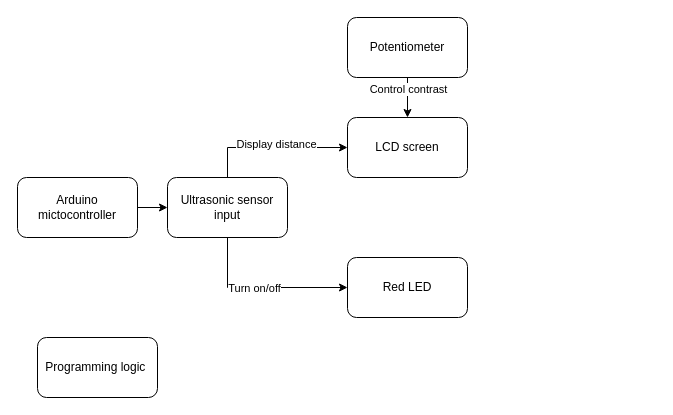
Above: distanceBlock.drawio in Squing0/Calculator (draw.io), before the change. Source tidied: cells renumbered, new cells numbered last; positions are measured from the earlier drawing's top-left corner, leaving out a move shared by most shapes. Both pictures are drawn from the tidied source at 100%, with x=0, y=0 at pixel (17, 17).
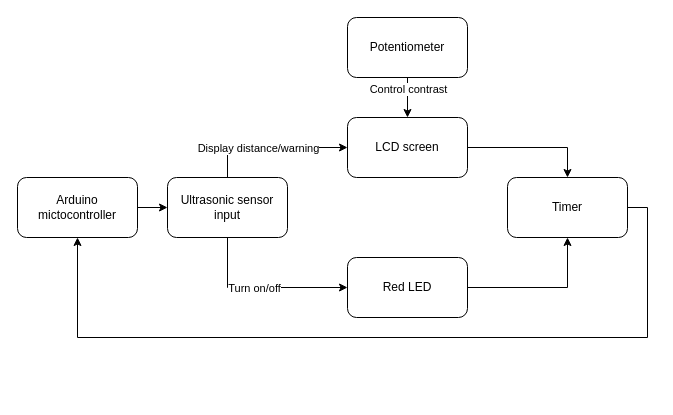
Above is the later version.

Unchanged cells that the change refers to:
```xml
<mxCell id="3" value="Arduino mictocontroller" style="rounded=1;whiteSpace=wrap;html=1;" parent="1" vertex="1">
  <mxGeometry y="160" width="120" height="60" as="geometry" />
</mxCell>
<mxCell id="5" value="LCD screen" style="rounded=1;whiteSpace=wrap;html=1;" parent="1" vertex="1">
  <mxGeometry x="330" y="100" width="120" height="60" as="geometry" />
</mxCell>
<mxCell id="6" style="edgeStyle=orthogonalEdgeStyle;rounded=0;jettySize=auto;html=1;exitX=0.5;exitY=0;exitDx=0;exitDy=0;entryX=0;entryY=0.5;entryDx=0;entryDy=0;" parent="1" edge="1" source="10" target="5">
  <mxGeometry relative="1" as="geometry" />
</mxCell>
<mxCell id="14" value="Red LED" style="rounded=1;whiteSpace=wrap;html=1;" parent="1" vertex="1">
  <mxGeometry x="330" y="240" width="120" height="60" as="geometry" />
</mxCell>
```

Diff of the diagram source:
```diff
@@
-    <mxCell id="4" value="Programming logic&amp;nbsp;" style="rounded=1;whiteSpace=wrap;html=1;" parent="1" vertex="1">
-      <mxGeometry x="20" y="320" width="120" height="60" as="geometry" />
-    </mxCell>
+    <mxCell id="15" style="edgeStyle=orthogonalEdgeStyle;rounded=0;jettySize=auto;html=1;exitX=1;exitY=0.5;exitDx=0;exitDy=0;entryX=0.5;entryY=0;entryDx=0;entryDy=0;" parent="1" edge="1" source="5" target="18">
+      <mxGeometry relative="1" as="geometry" />
+    </mxCell>
@@
-    <mxCell id="7" value="Display distance" style="edgeLabel;html=1;align=center;verticalAlign=middle;" parent="6" vertex="1">
-      <mxGeometry x="0.04" y="4" relative="1" as="geometry" />
+    <mxCell id="7" value="Display distance/warning" style="edgeLabel;html=1;align=center;verticalAlign=middle;" parent="6" vertex="1">
+      <mxGeometry x="0.04" y="4" relative="1" as="geometry">
+        <mxPoint x="-18" y="4" as="offset" />
+      </mxGeometry>
     </mxCell>
@@
+    <mxCell id="16" style="edgeStyle=orthogonalEdgeStyle;rounded=0;jettySize=auto;html=1;exitX=1;exitY=0.5;exitDx=0;exitDy=0;entryX=0.5;entryY=1;entryDx=0;entryDy=0;" parent="1" edge="1" source="14" target="18">
+      <mxGeometry relative="1" as="geometry" />
+    </mxCell>
@@
+    <mxCell id="17" style="edgeStyle=orthogonalEdgeStyle;rounded=0;jettySize=auto;html=1;exitX=1;exitY=0.5;exitDx=0;exitDy=0;entryX=0.5;entryY=1;entryDx=0;entryDy=0;" parent="1" edge="1" source="18" target="3">
+      <mxGeometry relative="1" as="geometry">
+        <Array as="points">
+          <mxPoint x="630" y="190" />
+          <mxPoint x="630" y="320" />
+          <mxPoint x="60" y="320" />
+        </Array>
+      </mxGeometry>
+    </mxCell>
+    <mxCell id="18" value="Timer" style="rounded=1;whiteSpace=wrap;html=1;" parent="1" vertex="1">
+      <mxGeometry x="490" y="160" width="120" height="60" as="geometry" />
+    </mxCell>
```
